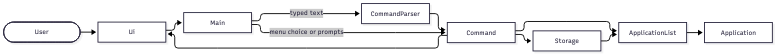
Before: docs/diagrams/architecture-command-flow.png, a diagram exported from Mermaid (AY2627S1-CS2113-T10-2/tp). Its source is kept beside it as docs/diagrams/sources/architecture-command-flow.mmd.
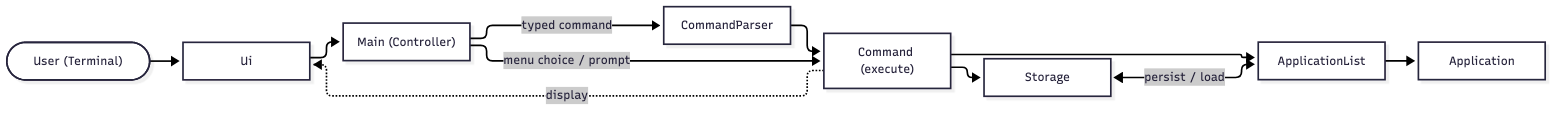
After the commit.

Diff of the diagram source:
```diff
@@ -1,11 +1,11 @@
 flowchart LR
-    User([User]) --> Ui
-    Ui --> Main
-    Main -->|typed text| CommandParser
-    Main -->|menu choice or prompts| Command
+    User(["User (Terminal)"]) --> Ui["Ui"]
+    Ui --> Main["Main (Controller)"]
+    Main -->|typed command| CommandParser["CommandParser"]
+    Main -->|menu choice / prompt| Command["Command (execute)"]
     CommandParser --> Command
-    Command --> ApplicationList
-    Command --> Storage
-    Command --> Ui
-    Storage --> ApplicationList
-    ApplicationList --> Application
+    Command --> ApplicationList["ApplicationList"]
+    Command --> Storage["Storage"]
+    Command -.->|display| Ui
+    Storage <-->|persist / load| ApplicationList
+    ApplicationList --> Application["Application"]
```
